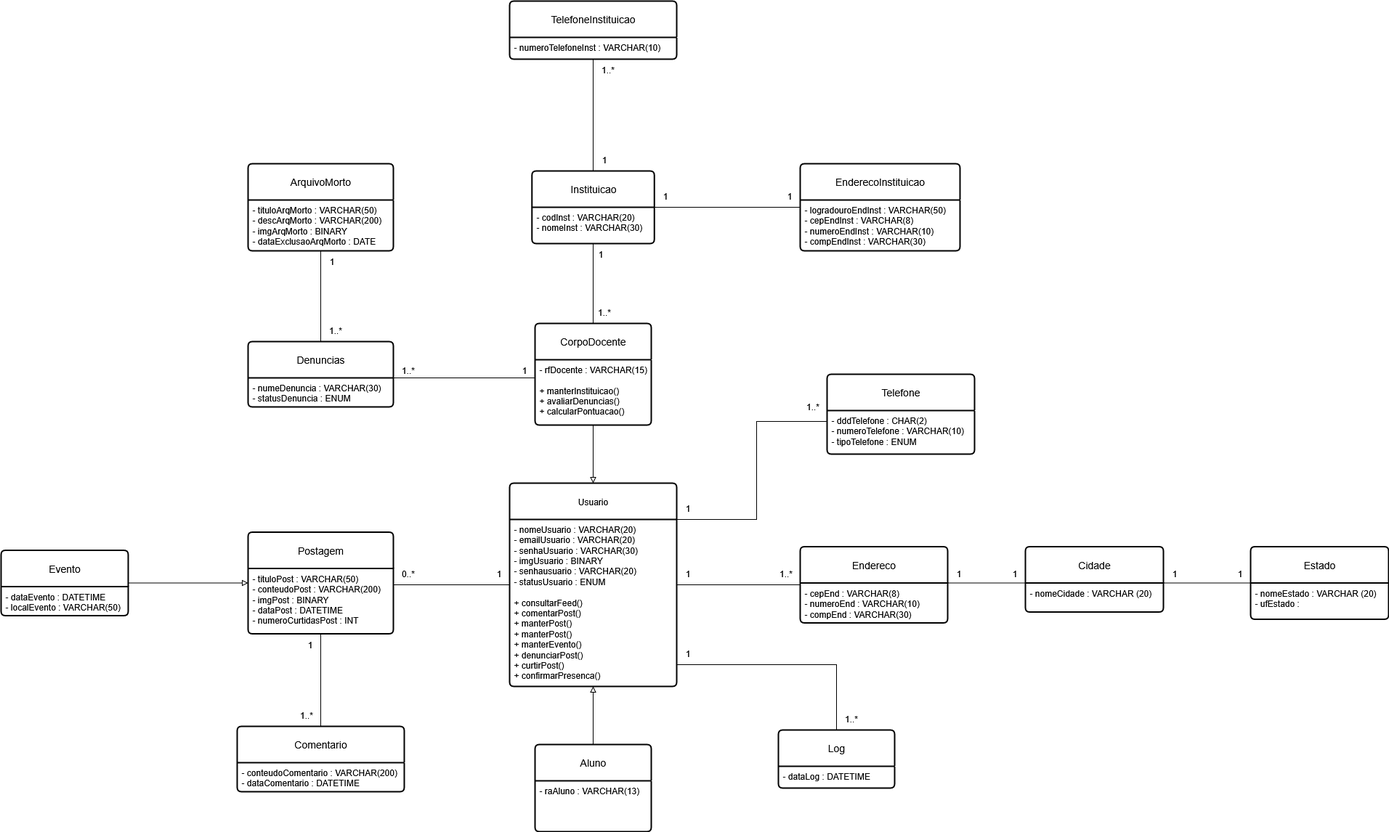
Earlier version of the draw.io export Draw.io/ModeloDeDominio.png (Organization-Meets/Meets_Docs). Source tidied: cells renumbered, new cells last; positions are measured from the earlier drawing's top-left corner, leaving out a move shared by most shapes.
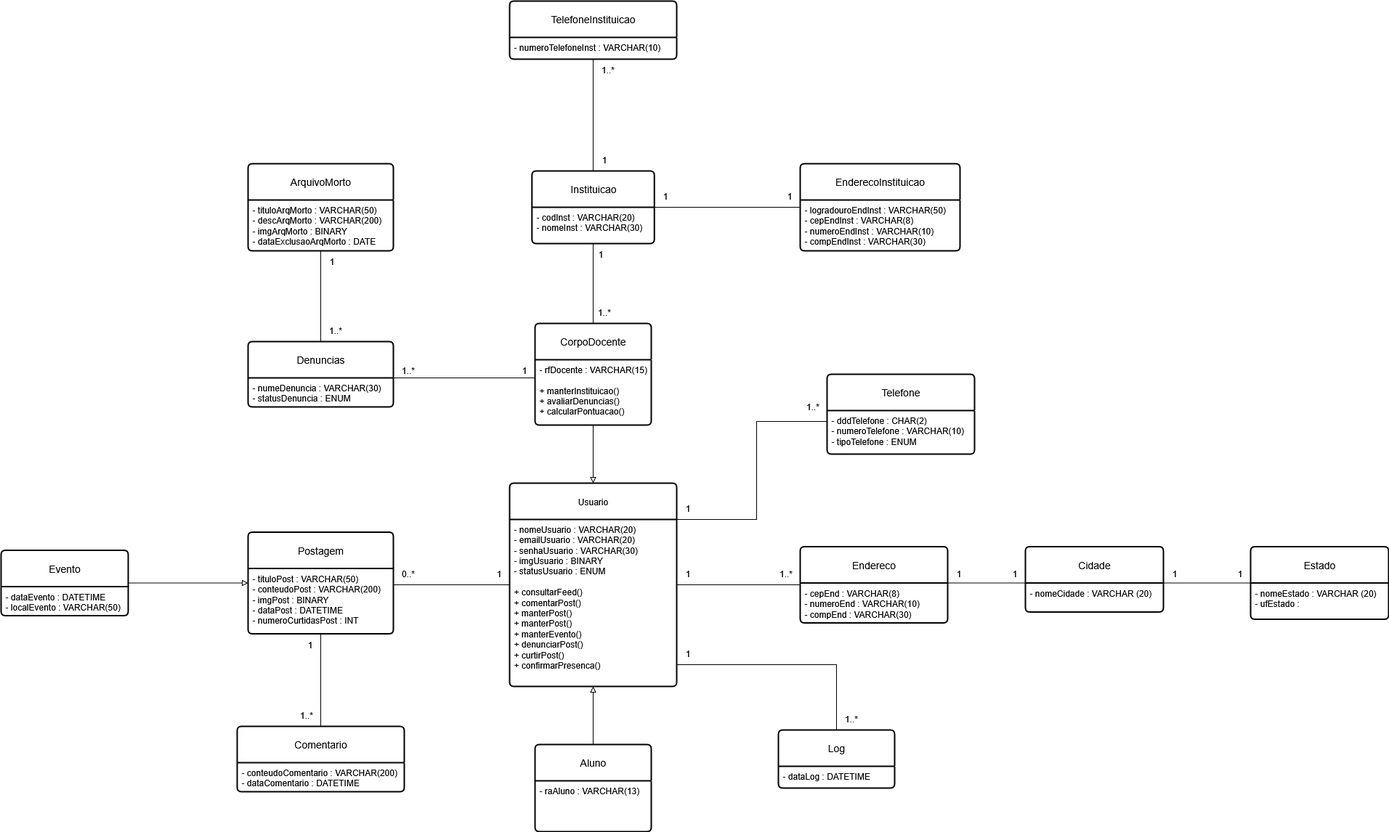
Later version of the same file.

Commit message:
Corringindo atributo duplicado em Usuario

Change to the diagram source:
```diff
@@ -11,7 +11,7 @@
     <mxCell id="4" value="&lt;span style=&quot;font-size: 12px;&quot;&gt;Usuario&lt;/span&gt;" style="swimlane;horizontal=1;startSize=50;rounded=1;fontSize=14;fontStyle=0;strokeWidth=2;shadow=0;dashed=0;align=center;arcSize=4;whiteSpace=wrap;html=1;" parent="1" vertex="1">
       <mxGeometry x="700" y="664" width="230" height="280" as="geometry" />
     </mxCell>
-    <mxCell id="5" value="- nomeUsuario : VARCHAR(20)&lt;div&gt;- emailUsuario : VARCHAR(20)&lt;/div&gt;&lt;div&gt;- senhaUsuario : VARCHAR(30)&lt;/div&gt;&lt;div&gt;- imgUsuario : BINARY&lt;/div&gt;&lt;div&gt;- senhausuario : VARCHAR(20)&lt;/div&gt;&lt;div&gt;- statusUsuario : ENUM&lt;/div&gt;&lt;div&gt;&lt;br&gt;&lt;/div&gt;&lt;div&gt;+ consultarFeed()&lt;/div&gt;&lt;div&gt;+ comentarPost()&lt;/div&gt;&lt;div&gt;+ manterPost()&lt;/div&gt;&lt;div&gt;+ manterPost()&lt;/div&gt;&lt;div&gt;+ manterEvento()&lt;/div&gt;&lt;div&gt;+ denunciarPost()&lt;/div&gt;&lt;div&gt;+ curtirPost()&lt;/div&gt;&lt;div&gt;+ confirmarPresenca()&lt;/div&gt;" style="align=left;strokeColor=none;fillColor=none;spacingLeft=4;spacingRight=4;fontSize=12;verticalAlign=top;html=1;whiteSpace=wrap;" parent="4" vertex="1">
+    <mxCell id="5" value="- nomeUsuario : VARCHAR(20)&lt;div&gt;- emailUsuario : VARCHAR(20)&lt;/div&gt;&lt;div&gt;- senhaUsuario : VARCHAR(30)&lt;/div&gt;&lt;div&gt;- imgUsuario : BINARY&lt;/div&gt;&lt;div&gt;- statusUsuario : ENUM&lt;/div&gt;&lt;div&gt;&lt;br&gt;&lt;/div&gt;&lt;div&gt;+ consultarFeed()&lt;/div&gt;&lt;div&gt;+ comentarPost()&lt;/div&gt;&lt;div&gt;+ manterPost()&lt;/div&gt;&lt;div&gt;+ manterPost()&lt;/div&gt;&lt;div&gt;+ manterEvento()&lt;/div&gt;&lt;div&gt;+ denunciarPost()&lt;/div&gt;&lt;div&gt;+ curtirPost()&lt;/div&gt;&lt;div&gt;+ confirmarPresenca()&lt;/div&gt;" style="align=left;strokeColor=none;fillColor=none;spacingLeft=4;spacingRight=4;fontSize=12;verticalAlign=top;html=1;whiteSpace=wrap;" parent="4" vertex="1">
       <mxGeometry y="50" width="230" height="230" as="geometry" />
     </mxCell>
     <mxCell id="6" style="edgeStyle=orthogonalEdgeStyle;rounded=0;jettySize=auto;html=1;exitX=0.5;exitY=0;exitDx=0;exitDy=0;entryX=0.5;entryY=1;entryDx=0;entryDy=0;endArrow=block;endFill=0;" parent="1" edge="1" source="7" target="5">
```
